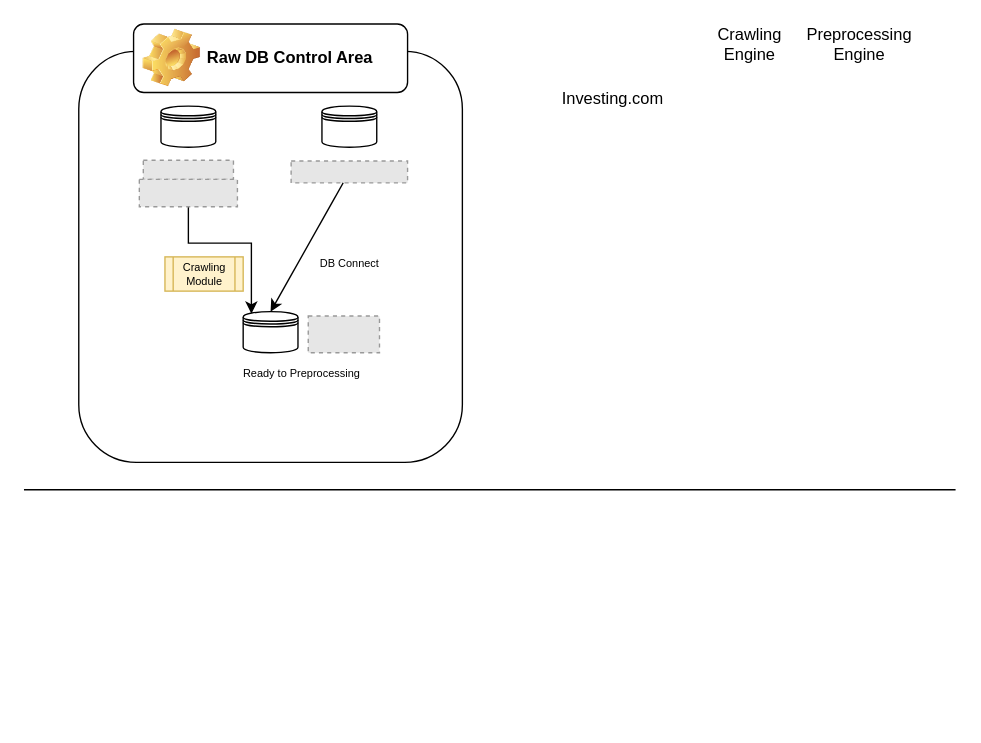
goldpu/idea_sktech keeps this draw.io diagram as 제목 없는 다이어그램.drawio. Above is the earlier version. Source tidied: cells renumbered, new cells numbered last; positions are measured from the earlier drawing's top-left corner, leaving out a move shared by most shapes. Both pictures are drawn from the tidied source at 137%, with x=0, y=0 at pixel (23, 23). Pictures stored in the file or linked from it are replaced by grey dashed boxes.
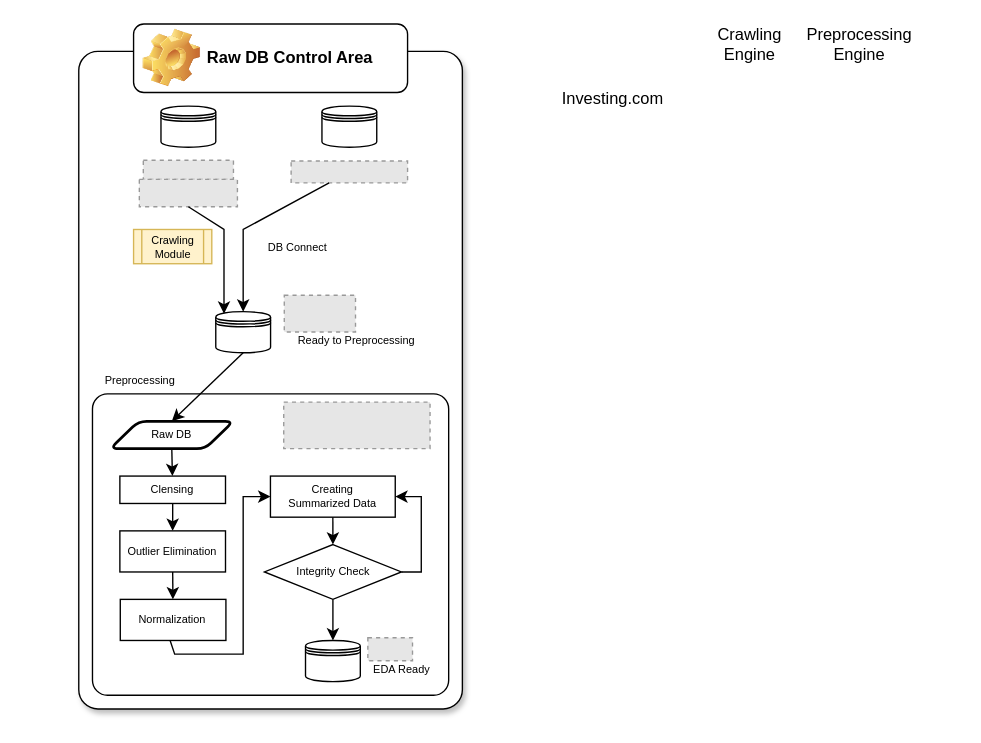
The same diagram, later.

Commit message:
제목 없는 다이어그램.drawio 업데이트

Unchanged cells that the change refers to:
```xml
<mxCell id="11" style="fillColor=#E6E6E6;strokeColor=#999999;dashed=1;verticalLabelPosition=bottom;labelBackgroundColor=default;verticalAlign=top;" parent="1" vertex="1">
  <mxGeometry x="84.2" y="113.4" width="71.6" height="20" as="geometry" />
</mxCell>
<mxCell id="13" style="fillColor=#E6E6E6;strokeColor=#999999;dashed=1;verticalLabelPosition=bottom;labelBackgroundColor=default;verticalAlign=top;" parent="1" vertex="1">
  <mxGeometry x="195" y="100" width="85" height="16" as="geometry" />
</mxCell>
```

Diff of the diagram source:
```diff
@@
-    <mxCell id="2" style="rounded=1;whiteSpace=wrap;html=1;" parent="1" vertex="1">
-      <mxGeometry x="40" y="20" width="280" height="300" as="geometry" />
+    <mxCell id="2" style="rounded=1;whiteSpace=wrap;html=1;shadow=1;arcSize=5;" parent="1" vertex="1">
+      <mxGeometry x="40" y="20" width="280" height="480" as="geometry" />
     </mxCell>
-    <mxCell id="3" style="endArrow=none;html=1;rounded=0;" parent="1" edge="1">
-      <mxGeometry relative="1" as="geometry">
-        <mxPoint y="340" as="sourcePoint" />
-        <mxPoint x="680" y="340" as="targetPoint" />
-      </mxGeometry>
-    </mxCell>
@@
-    <mxCell id="10" style="edgeStyle=orthogonalEdgeStyle;rounded=0;jettySize=auto;html=1;entryX=0.15;entryY=0.05;entryDx=0;entryDy=0;exitX=0.5;exitY=1;exitDx=0;exitDy=0;entryPerimeter=0;" parent="1" edge="1" source="11" target="14">
-      <mxGeometry relative="1" as="geometry">
-        <Array as="points">
-          <mxPoint x="120" y="160" />
-          <mxPoint x="166" y="160" />
-        </Array>
-      </mxGeometry>
-    </mxCell>
@@
     <mxCell id="14" style="shape=datastore;whiteSpace=wrap;html=1;" parent="1" vertex="1">
-      <mxGeometry x="160" y="210" width="40" height="30" as="geometry" />
+      <mxGeometry x="140" y="210" width="40" height="30" as="geometry" />
     </mxCell>
     <mxCell id="15" style="endArrow=classic;html=1;rounded=0;entryX=0.5;entryY=0;entryDx=0;entryDy=0;" parent="1" edge="1" source="13" target="14">
-      <mxGeometry relative="1" as="geometry" />
+      <mxGeometry relative="1" as="geometry">
+        <Array as="points">
+          <mxPoint x="160" y="150" />
+        </Array>
+      </mxGeometry>
     </mxCell>
     <mxCell id="16" value="Crawling Module" style="shape=process;whiteSpace=wrap;html=1;backgroundOutline=1;fillColor=#fff2cc;strokeColor=#d6b656;fontSize=8;" parent="1" vertex="1">
-      <mxGeometry x="102.9" y="170" width="57.1" height="25" as="geometry" />
+      <mxGeometry x="80" y="150" width="57.1" height="25" as="geometry" />
     </mxCell>
     <mxCell id="17" value="DB Connect" style="text;html=1;strokeColor=none;fillColor=none;align=center;verticalAlign=middle;whiteSpace=wrap;rounded=0;fontSize=8;" parent="1" vertex="1">
-      <mxGeometry x="207.5" y="160" width="60" height="30" as="geometry" />
+      <mxGeometry x="170" y="147.5" width="60" height="30" as="geometry" />
     </mxCell>
     <mxCell id="18" style="fillColor=#E6E6E6;strokeColor=#999999;dashed=1;verticalLabelPosition=bottom;labelBackgroundColor=default;verticalAlign=top;" parent="1" vertex="1">
-      <mxGeometry x="207.5" y="213.2" width="52" height="26.8" as="geometry" />
+      <mxGeometry x="190" y="198" width="52" height="26.8" as="geometry" />
     </mxCell>
     <mxCell id="19" value="Ready to Preprocessing" style="text;html=1;strokeColor=none;fillColor=none;align=center;verticalAlign=middle;whiteSpace=wrap;rounded=0;fontSize=8;" parent="1" vertex="1">
-      <mxGeometry x="137.5" y="240" width="130" height="30" as="geometry" />
+      <mxGeometry x="178" y="216" width="130" height="30" as="geometry" />
     </mxCell>
+    <mxCell id="20" style="rounded=1;whiteSpace=wrap;html=1;shadow=0;fontSize=8;arcSize=5;" parent="1" vertex="1">
+      <mxGeometry x="50" y="270" width="260" height="220" as="geometry" />
+    </mxCell>
+    <mxCell id="21" value="Raw DB" style="shape=parallelogram;html=1;strokeWidth=2;perimeter=parallelogramPerimeter;whiteSpace=wrap;rounded=1;arcSize=12;size=0.23;fontSize=8;" parent="1" vertex="1">
+      <mxGeometry x="62.9" y="290" width="90" height="20" as="geometry" />
+    </mxCell>
+    <mxCell id="22" style="endArrow=classic;html=1;rounded=0;fontSize=8;entryX=0.5;entryY=0;entryDx=0;entryDy=0;exitX=0.5;exitY=1;exitDx=0;exitDy=0;" parent="1" edge="1" source="14" target="21">
+      <mxGeometry relative="1" as="geometry" />
+    </mxCell>
+    <mxCell id="10" style="endArrow=classic;html=1;rounded=0;fontSize=8;exitX=0.5;exitY=1;exitDx=0;exitDy=0;entryX=0.15;entryY=0.05;entryDx=0;entryDy=0;entryPerimeter=0;" parent="1" edge="1" source="11" target="14">
+      <mxGeometry relative="1" as="geometry">
+        <Array as="points">
+          <mxPoint x="146" y="150" />
+        </Array>
+      </mxGeometry>
+    </mxCell>
+    <mxCell id="23" value="Clensing" style="rounded=0;whiteSpace=wrap;html=1;shadow=0;fontSize=8;" parent="1" vertex="1">
+      <mxGeometry x="70" y="330" width="77.1" height="20" as="geometry" />
+    </mxCell>
+    <mxCell id="24" value="Preprocessing" style="text;html=1;strokeColor=none;fillColor=none;align=center;verticalAlign=middle;whiteSpace=wrap;rounded=0;shadow=0;fontSize=8;" parent="1" vertex="1">
+      <mxGeometry x="50" y="250" width="70" height="20" as="geometry" />
+    </mxCell>
+    <mxCell id="25" style="endArrow=classic;html=1;rounded=0;fontSize=8;exitX=0.5;exitY=1;exitDx=0;exitDy=0;" parent="1" edge="1" source="21" target="23">
+      <mxGeometry relative="1" as="geometry" />
+    </mxCell>
+    <mxCell id="26" style="endArrow=classic;html=1;rounded=0;fontSize=8;exitX=0.5;exitY=1;exitDx=0;exitDy=0;entryX=0.5;entryY=0;entryDx=0;entryDy=0;" parent="1" edge="1" source="23" target="27">
+      <mxGeometry relative="1" as="geometry" />
+    </mxCell>
+    <mxCell id="27" value="Outlier Elimination" style="rounded=0;whiteSpace=wrap;html=1;shadow=0;fontSize=8;" parent="1" vertex="1">
+      <mxGeometry x="70" y="370" width="77.1" height="30" as="geometry" />
+    </mxCell>
+    <mxCell id="28" style="fillColor=#E6E6E6;strokeColor=#999999;dashed=1;verticalLabelPosition=bottom;labelBackgroundColor=default;verticalAlign=top;" parent="1" vertex="1">
+      <mxGeometry x="189.6" y="276" width="106.8" height="34" as="geometry" />
+    </mxCell>
+    <mxCell id="29" value="Normalization" style="rounded=0;whiteSpace=wrap;html=1;shadow=0;fontSize=8;" parent="1" vertex="1">
+      <mxGeometry x="70.3" y="420" width="77.1" height="30" as="geometry" />
+    </mxCell>
+    <mxCell id="30" style="endArrow=classic;html=1;rounded=0;fontSize=8;exitX=0.5;exitY=1;exitDx=0;exitDy=0;" parent="1" edge="1" source="27" target="29">
+      <mxGeometry relative="1" as="geometry" />
+    </mxCell>
+    <mxCell id="31" value="Creating&lt;br&gt;Summarized Data" style="rounded=0;whiteSpace=wrap;html=1;shadow=0;fontSize=8;" parent="1" vertex="1">
+      <mxGeometry x="179.9" y="330" width="91.1" height="30" as="geometry" />
+    </mxCell>
+    <mxCell id="32" style="endArrow=classic;html=1;rounded=0;fontSize=8;exitX=0.471;exitY=0.993;exitDx=0;exitDy=0;exitPerimeter=0;entryX=0;entryY=0.5;entryDx=0;entryDy=0;" parent="1" edge="1" source="29" target="31">
+      <mxGeometry relative="1" as="geometry">
+        <Array as="points">
+          <mxPoint x="110" y="460" />
+          <mxPoint x="160" y="460" />
+          <mxPoint x="160" y="345" />
+        </Array>
+      </mxGeometry>
+    </mxCell>
+    <mxCell id="33" style="endArrow=classic;html=1;rounded=0;fontSize=8;exitX=0.5;exitY=1;exitDx=0;exitDy=0;" parent="1" edge="1" source="31">
+      <mxGeometry relative="1" as="geometry">
+        <mxPoint x="225.5" y="380" as="targetPoint" />
+      </mxGeometry>
+    </mxCell>
+    <mxCell id="34" value="Integrity Check" style="strokeWidth=1;html=1;shape=mxgraph.flowchart.decision;whiteSpace=wrap;shadow=0;fontSize=8;" parent="1" vertex="1">
+      <mxGeometry x="175.5" y="380" width="100" height="40" as="geometry" />
+    </mxCell>
+    <mxCell id="35" style="shape=datastore;whiteSpace=wrap;html=1;" parent="1" vertex="1">
+      <mxGeometry x="205.5" y="450" width="40" height="30" as="geometry" />
+    </mxCell>
+    <mxCell id="36" style="endArrow=classic;html=1;rounded=0;fontSize=8;exitX=0.5;exitY=1;exitDx=0;exitDy=0;exitPerimeter=0;entryX=0.5;entryY=0;entryDx=0;entryDy=0;" parent="1" edge="1" source="34" target="35">
+      <mxGeometry relative="1" as="geometry" />
+    </mxCell>
+    <mxCell id="37" style="endArrow=classic;html=1;rounded=0;fontSize=8;exitX=1;exitY=0.5;exitDx=0;exitDy=0;exitPerimeter=0;entryX=1;entryY=0.5;entryDx=0;entryDy=0;" parent="1" edge="1" source="34" target="31">
+      <mxGeometry relative="1" as="geometry">
+        <Array as="points">
+          <mxPoint x="290" y="400" />
+          <mxPoint x="290" y="345" />
+        </Array>
+      </mxGeometry>
+    </mxCell>
+    <mxCell id="38" style="fillColor=#E6E6E6;strokeColor=#999999;dashed=1;verticalLabelPosition=bottom;labelBackgroundColor=default;verticalAlign=top;" parent="1" vertex="1">
+      <mxGeometry x="251" y="448" width="32.6" height="16.8" as="geometry" />
+    </mxCell>
+    <mxCell id="39" value="EDA Ready" style="text;html=1;strokeColor=none;fillColor=none;align=center;verticalAlign=middle;whiteSpace=wrap;rounded=0;fontSize=8;" parent="1" vertex="1">
+      <mxGeometry x="241" y="463" width="70" height="15" as="geometry" />
+    </mxCell>
```
